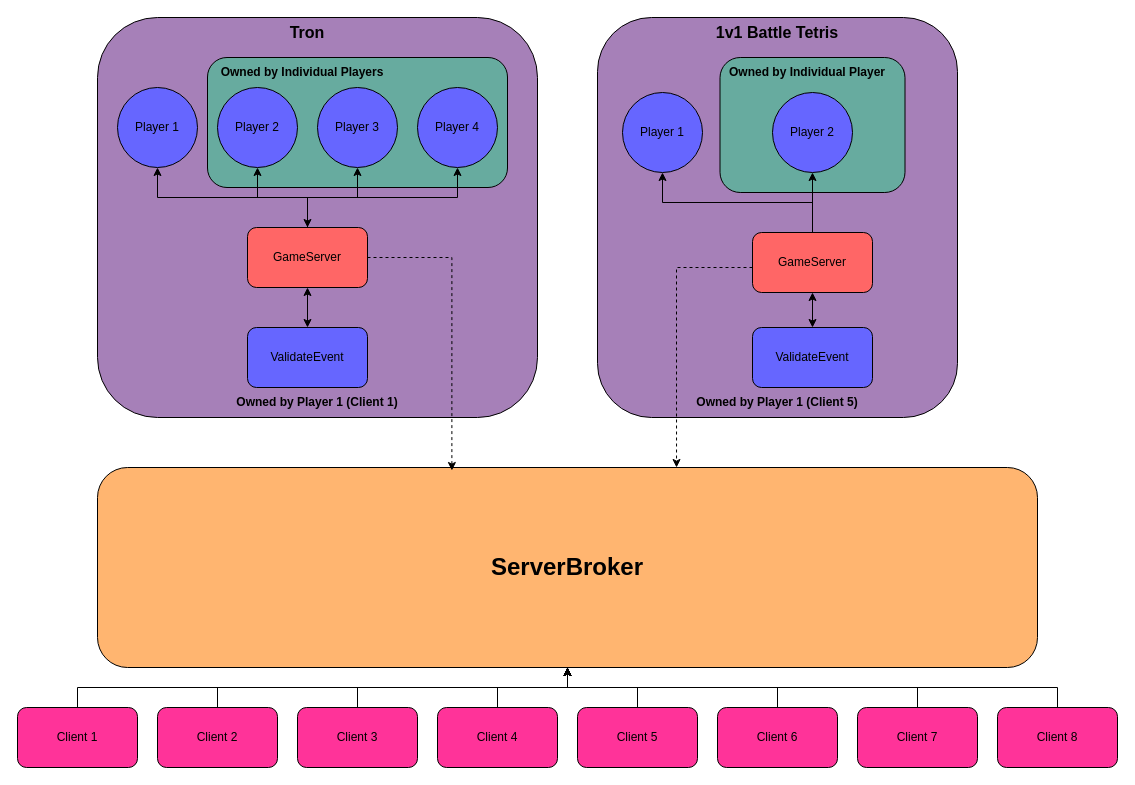
Earlier version of the draw.io diagram topology/HalligameTopology.drawio (cole-glotfelty/Halligame). Source tidied: cells renumbered, new cells numbered last; positions are measured from the earlier drawing's top-left corner, leaving out a move shared by most shapes. Both pictures are drawn from the tidied source at 100%, with x=0, y=0 at pixel (17, 17).
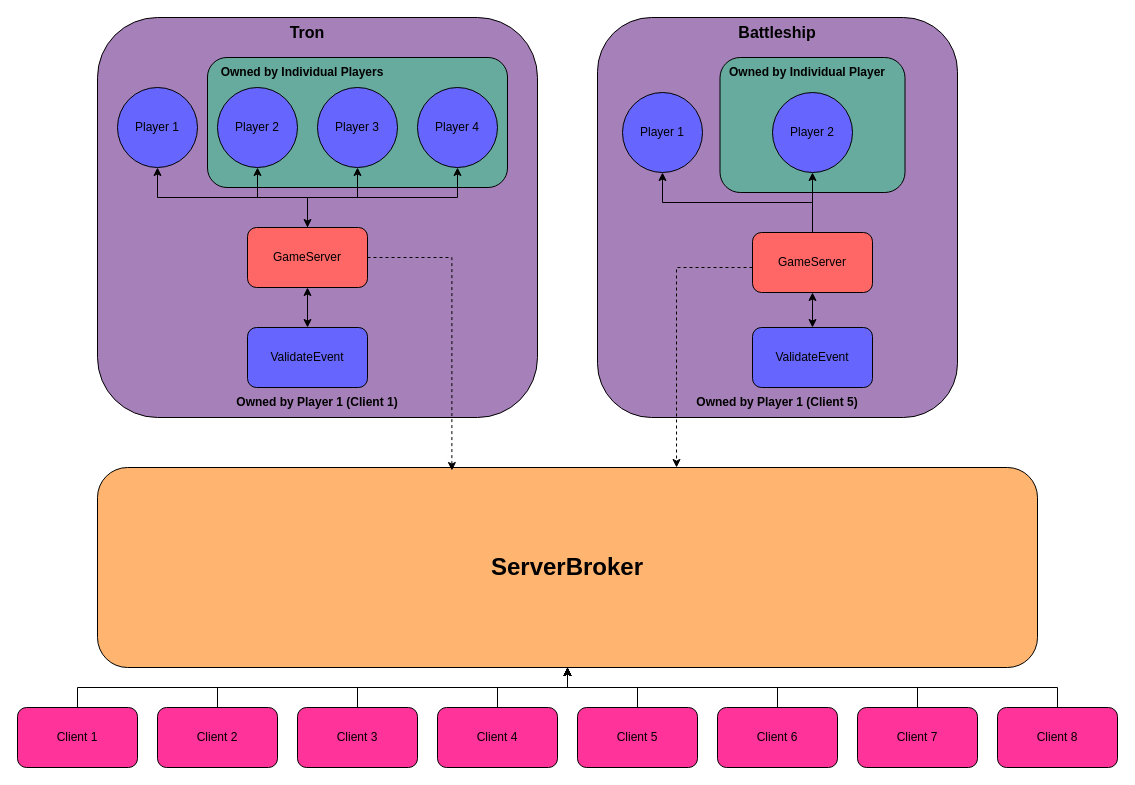
The same page after the edit.

Change to the diagram source:
```diff
@@
-    <mxCell id="48" value="&lt;b&gt;&lt;font style=&quot;font-size: 16px;&quot;&gt;1v1 Battle Tetris&lt;/font&gt;&lt;/b&gt;" style="text;html=1;align=center;verticalAlign=middle;whiteSpace=wrap;rounded=0;" parent="1" vertex="1">
+    <mxCell id="48" value="&lt;b&gt;&lt;font style=&quot;font-size: 16px;&quot;&gt;Battleship&lt;/font&gt;&lt;/b&gt;" style="text;html=1;align=center;verticalAlign=middle;whiteSpace=wrap;rounded=0;" parent="1" vertex="1">
       <mxGeometry x="671.2" width="177.5" height="30" as="geometry" />
     </mxCell>
```
